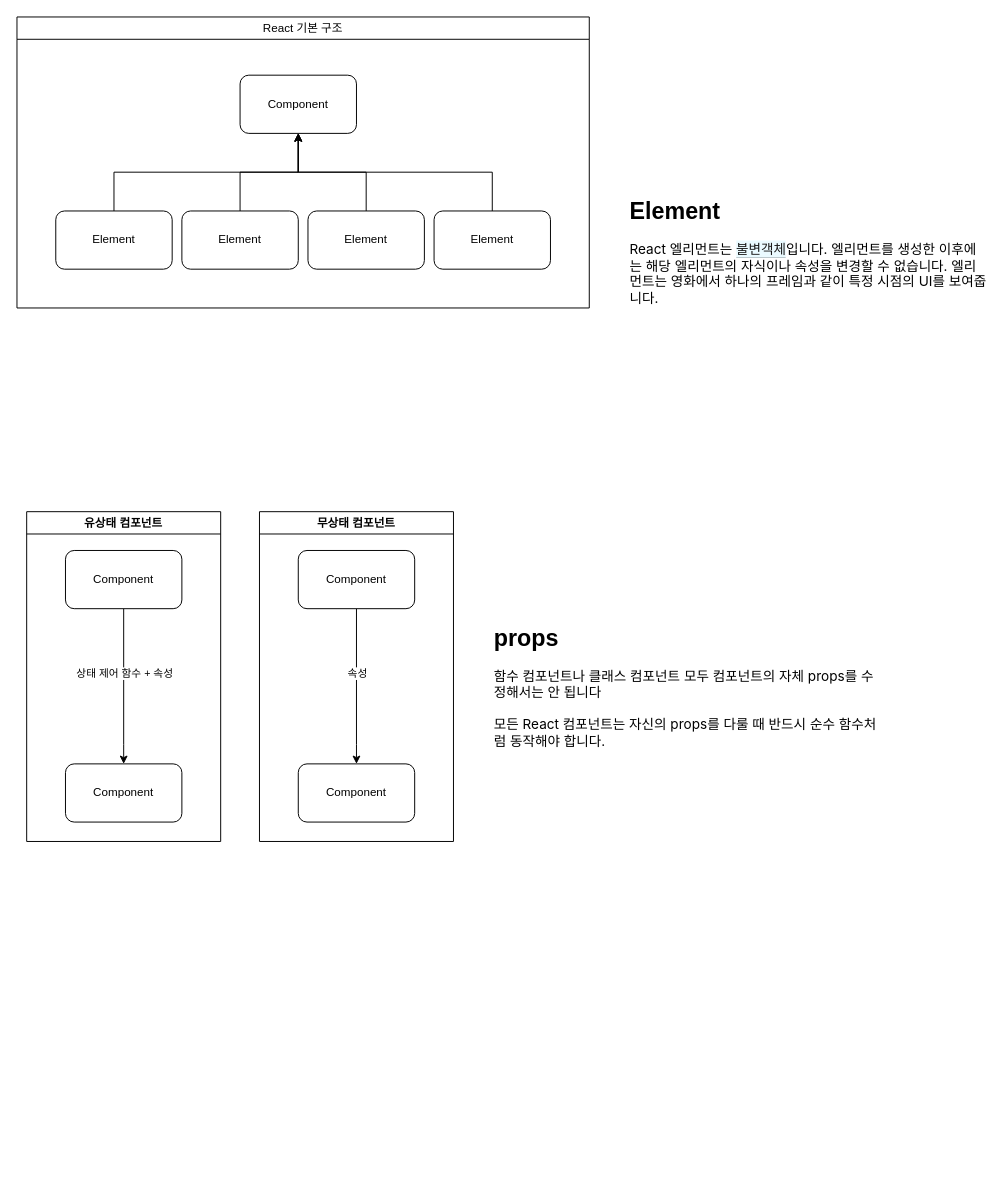
The draw.io diagram page "페이지-1" (1 of 2) of 01.개인공부/React 공부.drawio in CodingGamePlayer/CodingGamePlayer, before the edit. Source tidied: cells renumbered, new cells numbered last; positions are measured from the earlier drawing's top-left corner, leaving out a move shared by most shapes. Both pictures are drawn from the tidied source at 97%, with x=0, y=0 at pixel (16, 16).
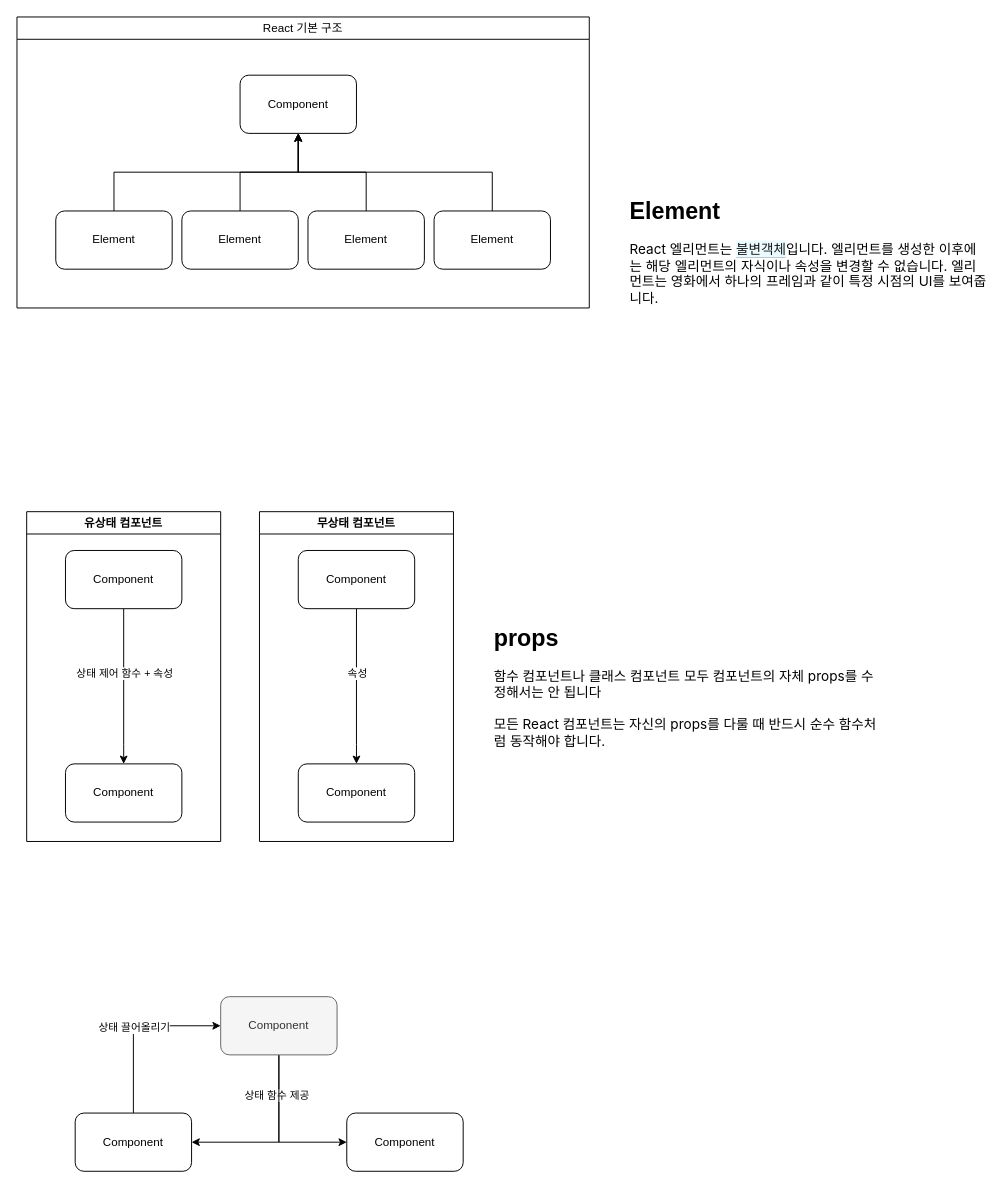
After the change.

Commit message (it also covers changes not shown here):
React 공부.drawio 업데이트

Change to the diagram source:
```diff
@@
+    <mxCell id="24" style="edgeStyle=orthogonalEdgeStyle;rounded=0;jettySize=auto;html=1;" parent="1" edge="1" source="26" target="31">
+      <mxGeometry relative="1" as="geometry">
+        <Array as="points">
+          <mxPoint x="120" y="1040" />
+        </Array>
+      </mxGeometry>
+    </mxCell>
+    <mxCell id="25" value="상태 끌어올리기" style="edgeLabel;html=1;align=center;verticalAlign=middle;" parent="24" vertex="1">
+      <mxGeometry x="-0.01" relative="1" as="geometry" />
+    </mxCell>
+    <mxCell id="26" value="Component" style="rounded=1;whiteSpace=wrap;html=1;" parent="1" vertex="1">
+      <mxGeometry x="60" y="1130" width="120" height="60" as="geometry" />
+    </mxCell>
+    <mxCell id="27" value="Component" style="rounded=1;whiteSpace=wrap;html=1;" parent="1" vertex="1">
+      <mxGeometry x="340" y="1130" width="120" height="60" as="geometry" />
+    </mxCell>
+    <mxCell id="28" style="edgeStyle=orthogonalEdgeStyle;rounded=0;jettySize=auto;html=1;" parent="1" edge="1" source="31" target="27">
+      <mxGeometry relative="1" as="geometry">
+        <Array as="points">
+          <mxPoint x="270" y="1160" />
+        </Array>
+      </mxGeometry>
+    </mxCell>
+    <mxCell id="29" value="상태 함수 제공" style="edgeLabel;html=1;align=center;verticalAlign=middle;" parent="28" vertex="1">
+      <mxGeometry x="0.06" relative="1" as="geometry">
+        <mxPoint x="-3" y="-44" as="offset" />
+      </mxGeometry>
+    </mxCell>
+    <mxCell id="30" style="edgeStyle=orthogonalEdgeStyle;rounded=0;jettySize=auto;html=1;" parent="1" edge="1" source="31" target="26">
+      <mxGeometry relative="1" as="geometry">
+        <Array as="points">
+          <mxPoint x="270" y="1160" />
+        </Array>
+      </mxGeometry>
+    </mxCell>
+    <mxCell id="31" value="Component" style="rounded=1;whiteSpace=wrap;html=1;fillColor=#f5f5f5;fontColor=#333333;strokeColor=#666666;" parent="1" vertex="1">
+      <mxGeometry x="210" y="1010" width="120" height="60" as="geometry" />
+    </mxCell>
```
